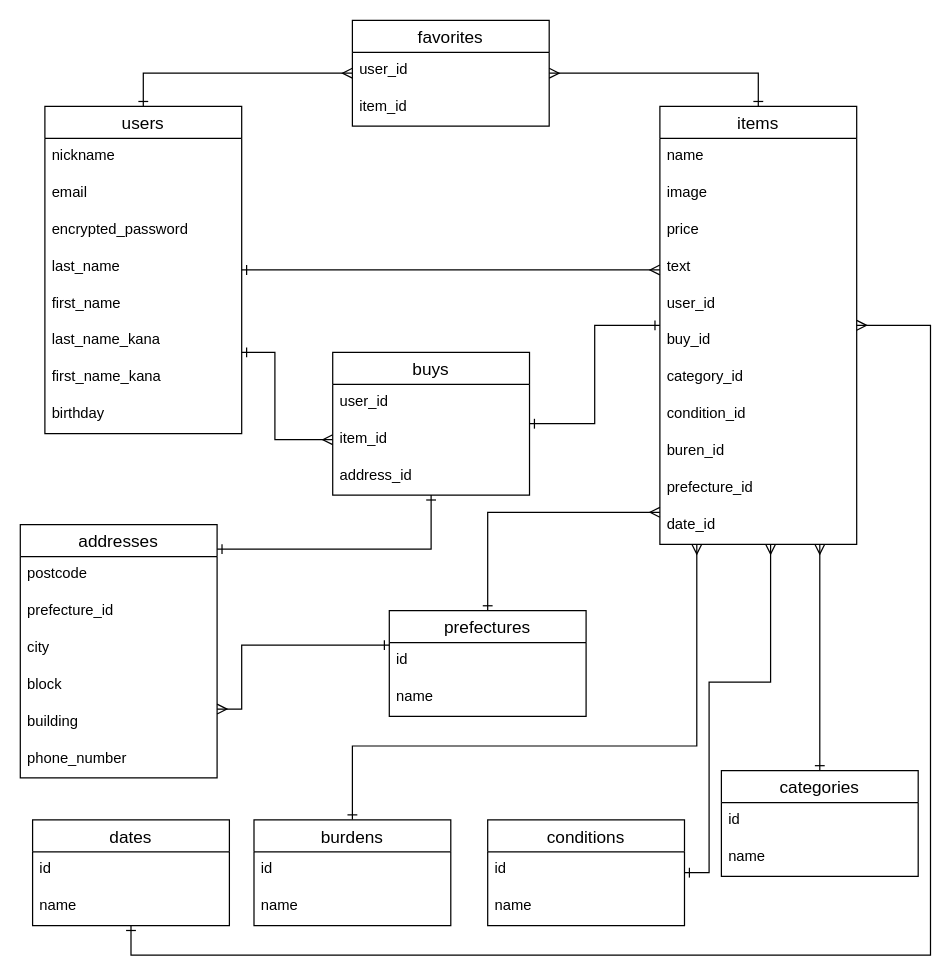
Before: config/furima.dio in zooootech/furima-31168, a draw.io diagram. Source tidied: cells renumbered, new cells numbered last; positions are measured from the earlier drawing's top-left corner, leaving out a move shared by most shapes. Both pictures are drawn from the tidied source at 123%, with x=0, y=0 at pixel (20, 20).
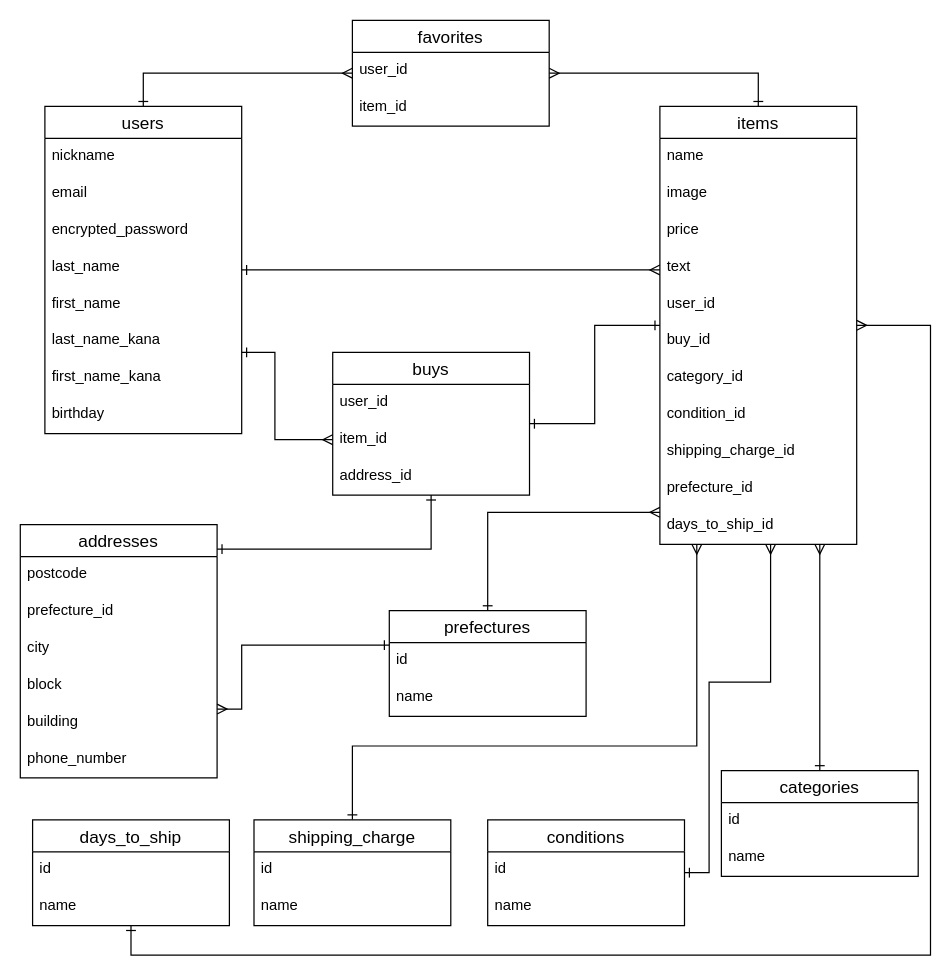
The same page after the edit.

The change refers to these unchanged cells:
```xml
<mxCell id="43" value="items" style="swimlane;fontStyle=0;horizontal=1;startSize=26;align=center;fontSize=14;" parent="1" vertex="1">
  <mxGeometry x="520" y="70" width="160" height="356" as="geometry" />
</mxCell>
```

Change to the diagram source:
```diff
@@
-    <mxCell id="30" value="burdens" style="swimlane;fontStyle=0;horizontal=1;startSize=26;align=center;fontSize=14;" parent="1" vertex="1">
+    <mxCell id="30" value="shipping_charge" style="swimlane;fontStyle=0;horizontal=1;startSize=26;align=center;fontSize=14;" parent="1" vertex="1">
       <mxGeometry x="190" y="650" width="160" height="86" as="geometry" />
     </mxCell>
@@
-    <mxCell id="34" value="dates" style="swimlane;fontStyle=0;horizontal=1;startSize=26;align=center;fontSize=14;" parent="1" vertex="1">
+    <mxCell id="34" value="days_to_ship" style="swimlane;fontStyle=0;horizontal=1;startSize=26;align=center;fontSize=14;" parent="1" vertex="1">
       <mxGeometry x="10" y="650" width="160" height="86" as="geometry" />
     </mxCell>
@@
-    <mxCell id="52" value="buren_id" style="text;strokeColor=none;fillColor=none;spacingLeft=4;spacingRight=4;overflow=hidden;fontSize=12;" parent="43" vertex="1">
+    <mxCell id="52" value="shipping_charge_id" style="text;strokeColor=none;fillColor=none;spacingLeft=4;spacingRight=4;overflow=hidden;fontSize=12;" parent="43" vertex="1">
       <mxGeometry y="266" width="160" height="30" as="geometry" />
     </mxCell>
@@
-    <mxCell id="54" value="date_id" style="text;strokeColor=none;fillColor=none;spacingLeft=4;spacingRight=4;overflow=hidden;fontSize=12;" parent="43" vertex="1">
+    <mxCell id="54" value="days_to_ship_id" style="text;strokeColor=none;fillColor=none;spacingLeft=4;spacingRight=4;overflow=hidden;fontSize=12;" parent="43" vertex="1">
       <mxGeometry y="326" width="160" height="30" as="geometry" />
     </mxCell>
```
